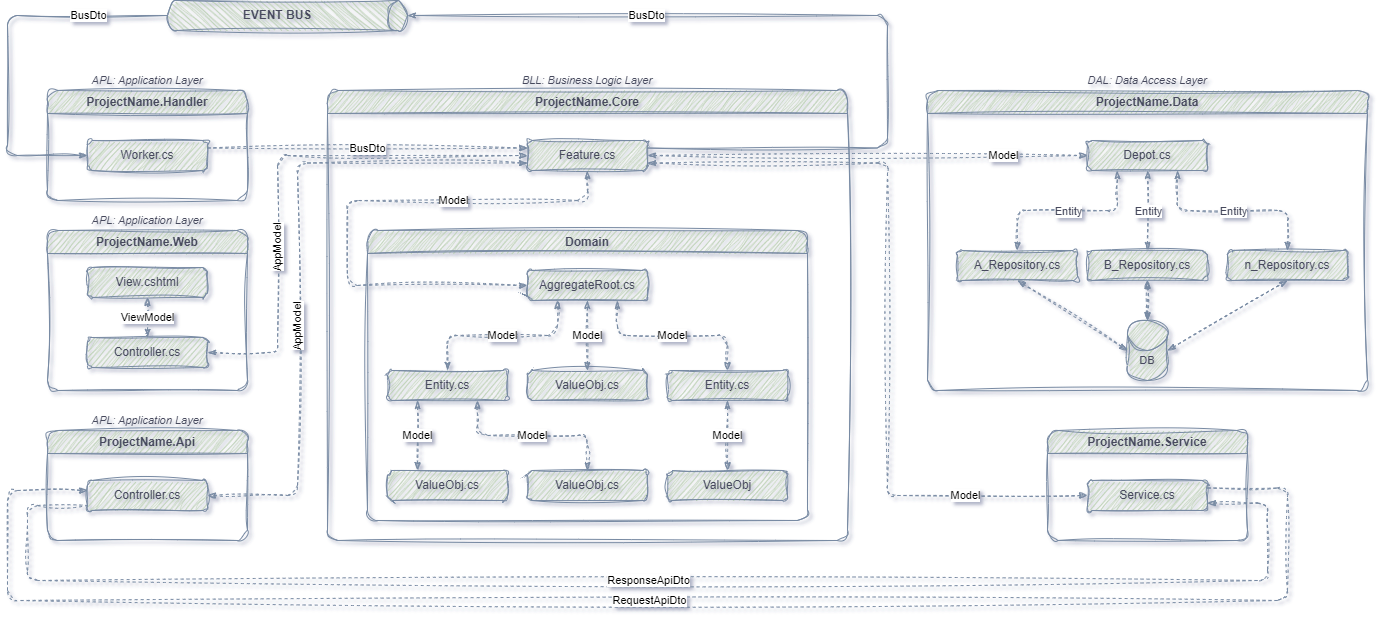
Before: docs/SolutionArchitecture.png, a diagram exported from draw.io (iDoctor1977/MicroServicesTemplate). Source tidied: cells renumbered, new cells last; positions are measured from the earlier drawing's top-left corner, leaving out a move shared by most shapes.
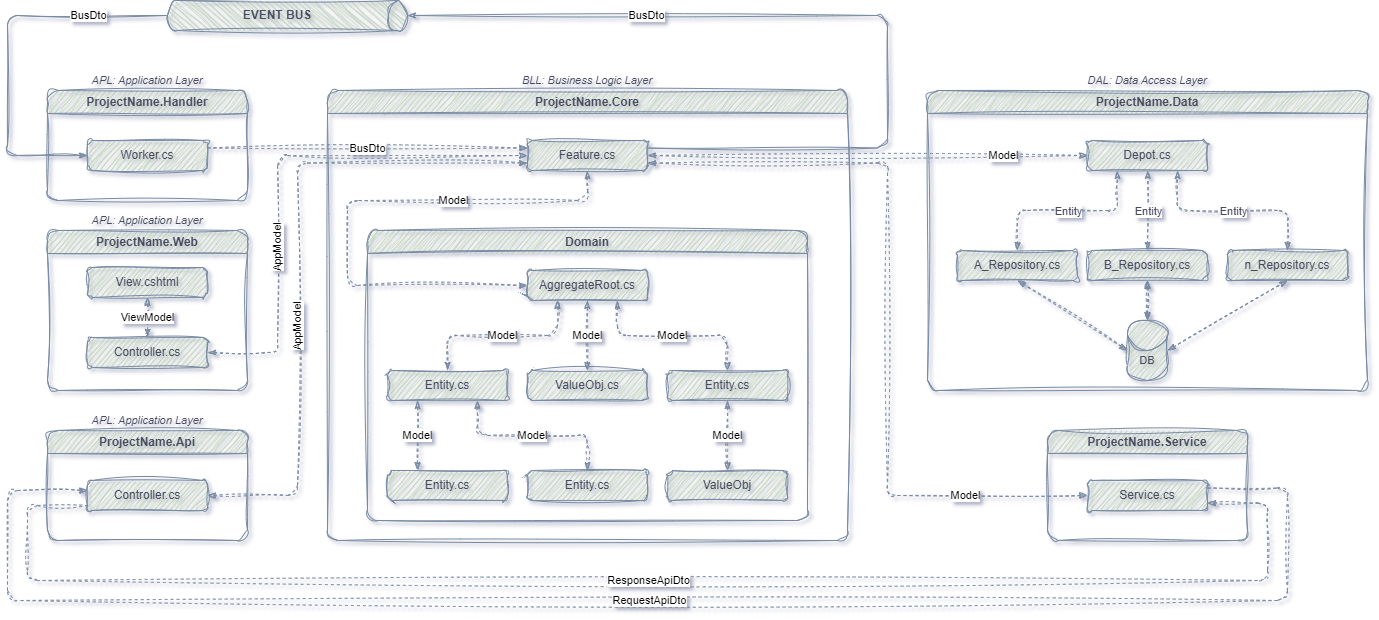
Later version of the same file.

Change to the diagram source:
```diff
@@ -82,10 +82,10 @@
     <mxCell id="22" value="Model" style="endArrow=classicThin;html=1;rounded=1;dashed=1;labelBackgroundColor=default;strokeColor=#788AA3;align=center;verticalAlign=middle;fontFamily=Helvetica;fontSize=11;fontColor=default;shape=connector;entryX=0.5;entryY=1;entryDx=0;entryDy=0;exitX=0.5;exitY=0;exitDx=0;exitDy=0;startArrow=classicThin;startFill=1;endFill=1;sketch=1;curveFitting=1;jiggle=2;" parent="12" edge="1" source="16" target="15">
       <mxGeometry relative="1" as="geometry" />
     </mxCell>
-    <mxCell id="23" value="ValueObj.cs" style="rounded=1;whiteSpace=wrap;html=1;labelBackgroundColor=none;fillColor=#B2C9AB;strokeColor=#788AA3;fontColor=#46495D;fontFamily=Helvetica;sketch=1;curveFitting=1;jiggle=2;" parent="12" vertex="1">
+    <mxCell id="23" value="Entity.cs" style="rounded=1;whiteSpace=wrap;html=1;labelBackgroundColor=none;fillColor=#B2C9AB;strokeColor=#788AA3;fontColor=#46495D;fontFamily=Helvetica;sketch=1;curveFitting=1;jiggle=2;" parent="12" vertex="1">
       <mxGeometry x="20" y="240" width="120" height="30" as="geometry" />
     </mxCell>
-    <mxCell id="24" value="ValueObj.cs" style="rounded=1;whiteSpace=wrap;html=1;labelBackgroundColor=none;fillColor=#B2C9AB;strokeColor=#788AA3;fontColor=#46495D;fontFamily=Helvetica;sketch=1;curveFitting=1;jiggle=2;" parent="12" vertex="1">
+    <mxCell id="24" value="Entity.cs" style="rounded=1;whiteSpace=wrap;html=1;labelBackgroundColor=none;fillColor=#B2C9AB;strokeColor=#788AA3;fontColor=#46495D;fontFamily=Helvetica;sketch=1;curveFitting=1;jiggle=2;" parent="12" vertex="1">
       <mxGeometry x="160" y="240" width="120" height="30" as="geometry" />
     </mxCell>
     <mxCell id="25" value="ValueObj" style="rounded=1;whiteSpace=wrap;html=1;labelBackgroundColor=none;fillColor=#B2C9AB;strokeColor=#788AA3;fontColor=#46495D;fontFamily=Helvetica;sketch=1;curveFitting=1;jiggle=2;" parent="12" vertex="1">
```
